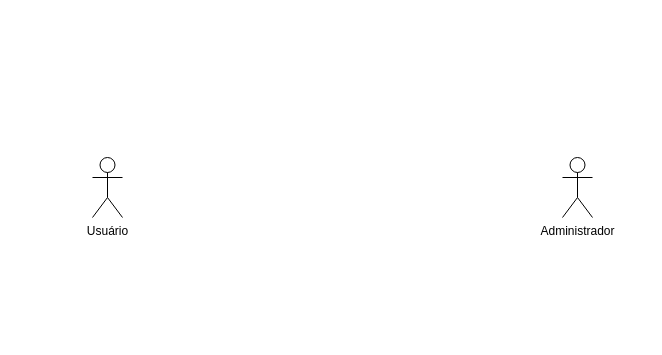
The draw.io diagram QuartaTarefa.drawio in ArcanjoDaGuarda/AnjoProjetos, before the edit. Source tidied: cells renumbered, new cells numbered last; positions are measured from the earlier drawing's top-left corner, leaving out a move shared by most shapes. Both pictures are drawn from the tidied source at 100%, with x=0, y=0 at pixel (92, 157).
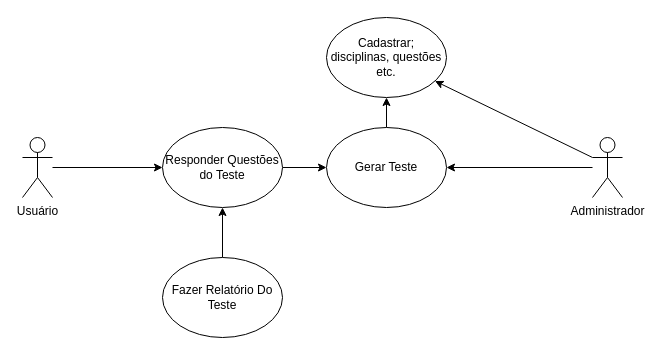
After the change.

Change to the diagram source:
```diff
@@
 <mxGraphModel>
   <root>
     <mxCell id="0" />
     <mxCell id="1" parent="0" />
+    <mxCell id="4" style="edgeStyle=orthogonalEdgeStyle;rounded=0;jettySize=auto;html=1;" parent="1" edge="1" source="2" target="10">
+      <mxGeometry relative="1" as="geometry" />
+    </mxCell>
     <mxCell id="2" value="Usuário" style="shape=umlActor;verticalLabelPosition=bottom;verticalAlign=top;html=1;outlineConnect=0;" parent="1" vertex="1">
-      <mxGeometry width="30" height="60" as="geometry" />
+      <mxGeometry x="-70" y="-20" width="30" height="60" as="geometry" />
     </mxCell>
+    <mxCell id="5" style="edgeStyle=orthogonalEdgeStyle;rounded=0;jettySize=auto;html=1;" parent="1" edge="1" source="3" target="8">
+      <mxGeometry relative="1" as="geometry" />
+    </mxCell>
     <mxCell id="3" value="Administrador" style="shape=umlActor;verticalLabelPosition=bottom;verticalAlign=top;html=1;outlineConnect=0;" parent="1" vertex="1">
-      <mxGeometry x="470" width="30" height="60" as="geometry" />
+      <mxGeometry x="500" y="-20" width="30" height="60" as="geometry" />
     </mxCell>
+    <mxCell id="6" value="Cadastrar; disciplinas, questões etc.&lt;br&gt;" style="ellipse;whiteSpace=wrap;html=1;" parent="1" vertex="1">
+      <mxGeometry x="234" y="-140" width="120" height="80" as="geometry" />
+    </mxCell>
+    <mxCell id="7" style="edgeStyle=orthogonalEdgeStyle;rounded=0;jettySize=auto;html=1;" parent="1" edge="1" source="8" target="6">
+      <mxGeometry relative="1" as="geometry" />
+    </mxCell>
+    <mxCell id="8" value="Gerar Teste" style="ellipse;whiteSpace=wrap;html=1;" parent="1" vertex="1">
+      <mxGeometry x="234" y="-30" width="120" height="80" as="geometry" />
+    </mxCell>
+    <mxCell id="9" style="edgeStyle=orthogonalEdgeStyle;rounded=0;jettySize=auto;html=1;" parent="1" edge="1" source="10" target="8">
+      <mxGeometry relative="1" as="geometry" />
+    </mxCell>
+    <mxCell id="10" value="Responder Questões do Teste" style="ellipse;whiteSpace=wrap;html=1;" parent="1" vertex="1">
+      <mxGeometry x="70" y="-30" width="120" height="80" as="geometry" />
+    </mxCell>
+    <mxCell id="11" style="endArrow=classic;html=1;rounded=0;exitX=0;exitY=0.3333333333333333;exitDx=0;exitDy=0;exitPerimeter=0;" parent="1" edge="1" source="3" target="6">
+      <mxGeometry relative="1" as="geometry" />
+    </mxCell>
+    <mxCell id="12" style="edgeStyle=orthogonalEdgeStyle;rounded=0;jettySize=auto;html=1;" parent="1" edge="1" source="13" target="10">
+      <mxGeometry relative="1" as="geometry" />
+    </mxCell>
+    <mxCell id="13" value="Fazer Relatório Do Teste" style="ellipse;whiteSpace=wrap;html=1;" parent="1" vertex="1">
+      <mxGeometry x="70" y="100" width="120" height="80" as="geometry" />
+    </mxCell>
   </root>
 </mxGraphModel>
```
